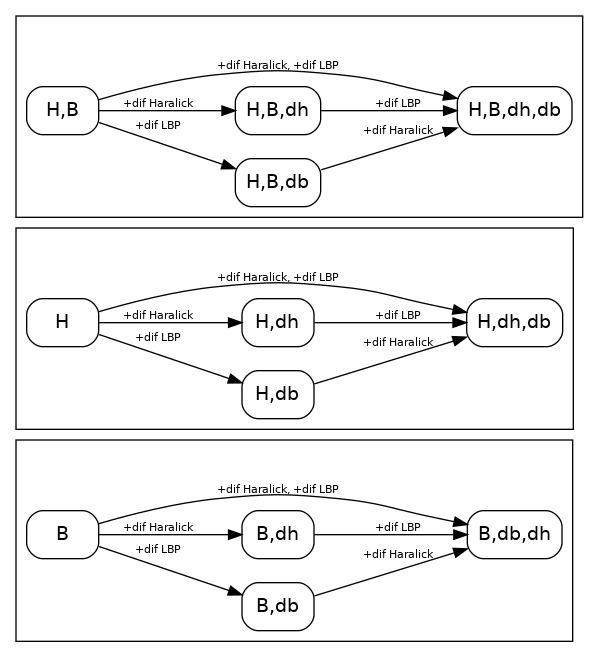
Above: docs/diagrams/tratamentos.png in nuba/uff-2023-tcc-simetria-mamas (Graphviz), before the change. Its source is kept beside it as docs/diagrams/tratamentos.dot.
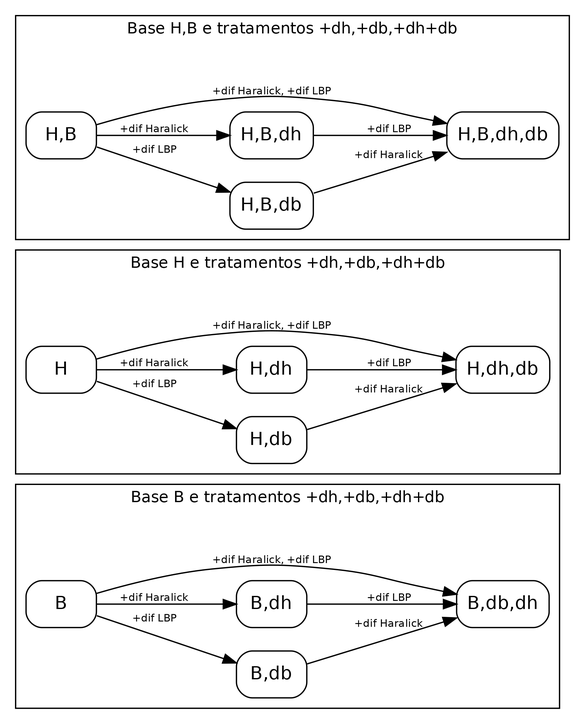
The same diagram one commit later.

Change to the diagram source:
```diff
@@ -5,6 +5,9 @@
 
 
 subgraph cluster_1 {
+fontname="Sans"
+fontsize="12"
+label="Base B e tratamentos +dh,+db,+dh+db"
 B[label="B"]
 B_bd [label="B,db"]
 B_hd [label="B,dh"]
@@ -12,6 +15,9 @@
 }
 
 subgraph cluster_2 {
+fontname="Sans"
+fontsize="12"
+label="Base H e tratamentos +dh,+db,+dh+db"
 H[label="H"]
 H_bd [label="H,db"]
 H_hd [label="H,dh"]
@@ -24,6 +30,9 @@
 }
 
 subgraph cluster_3 {
+fontname="Sans"
+fontsize="12"
+label="Base H,B e tratamentos +dh,+db,+dh+db"
 H_B[label="H,B"]
 H_B_bd [label="H,B,db"]
 H_hd_B [label="H,B,dh"]
```
